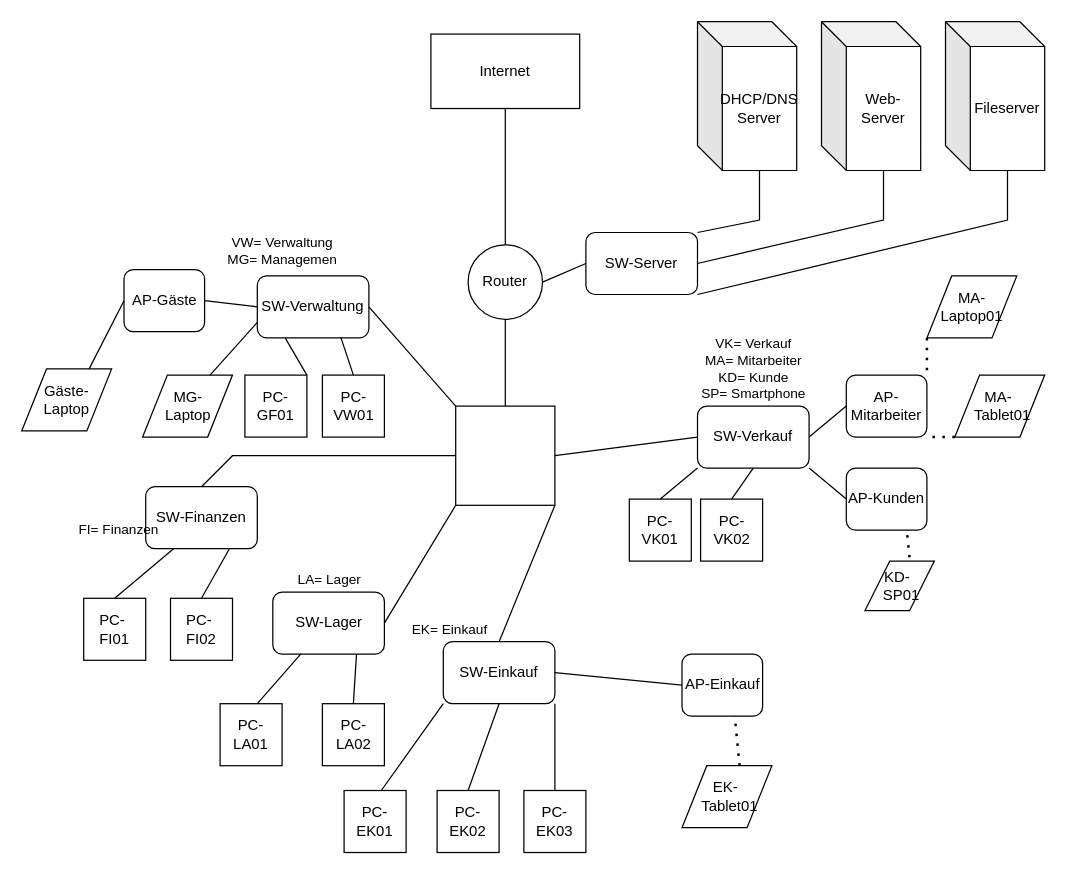
Above: Netzwerk plan.drawio in luca-naujoks/it-1f (draw.io), before the change. Source tidied: cells renumbered, new cells numbered last; positions are measured from the earlier drawing's top-left corner, leaving out a move shared by most shapes. Both pictures are drawn from the tidied source at 124%, with x=0, y=0 at pixel (21, 21).
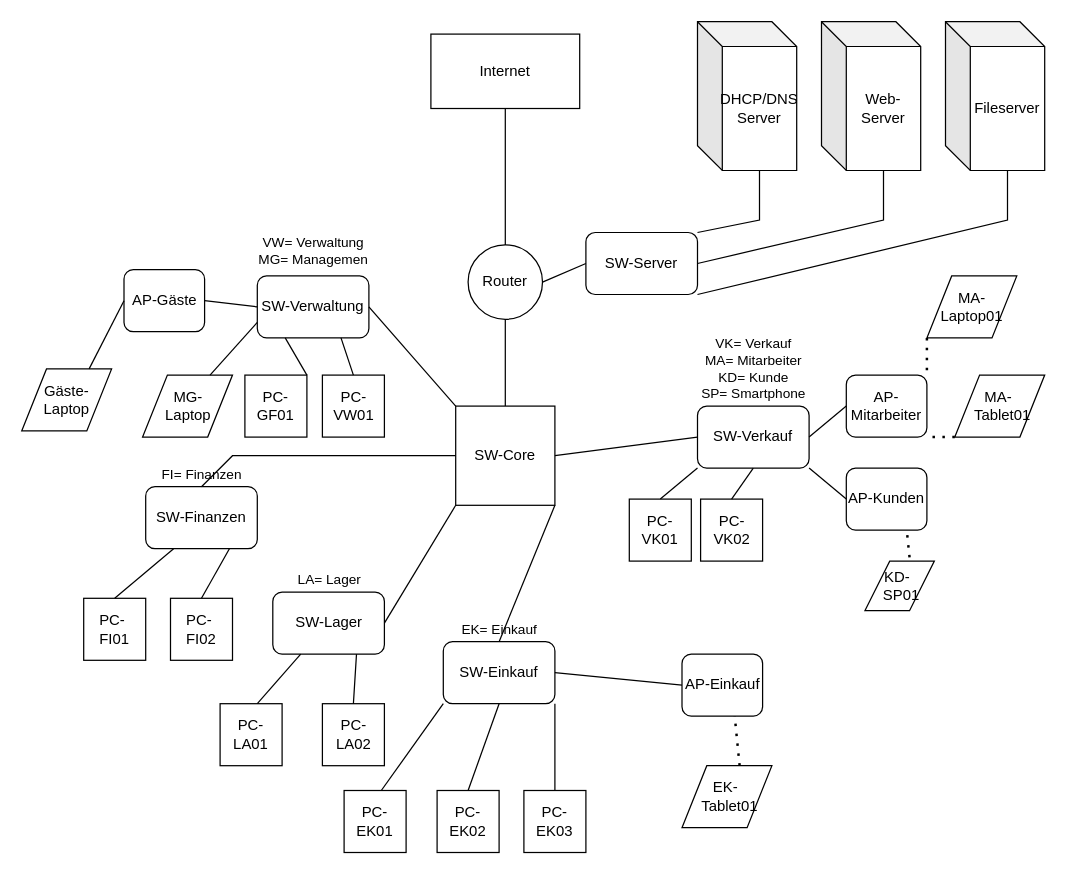
The same page after the edit.

The edit, as a diff of the source:
```diff
@@
-    <mxCell id="12" value="&lt;p&gt;&lt;br&gt;&lt;/p&gt;" style="rounded=0;whiteSpace=wrap;html=1;" parent="1" vertex="1">
+    <mxCell id="12" value="&lt;p&gt;SW-Core&lt;/p&gt;" style="rounded=0;whiteSpace=wrap;html=1;" parent="1" vertex="1">
       <mxGeometry x="350" y="310" width="80" height="80" as="geometry" />
     </mxCell>
@@
     <mxCell id="68" value="EK= Einkauf&lt;br&gt;" style="text;html=1;align=center;verticalAlign=middle;strokeColor=none;fillColor=none;fontSize=11;fontFamily=Helvetica;" parent="1" vertex="1">
-      <mxGeometry x="305" y="480" width="80" height="20" as="geometry" />
+      <mxGeometry x="345" y="480" width="80" height="20" as="geometry" />
     </mxCell>
@@
     <mxCell id="70" value="FI= Finanzen" style="text;html=1;align=center;verticalAlign=middle;strokeColor=none;fillColor=none;fontSize=11;fontFamily=Helvetica;" parent="1" vertex="1">
-      <mxGeometry x="37.5" y="400" width="80" height="20" as="geometry" />
+      <mxGeometry x="105" y="355" width="80" height="20" as="geometry" />
     </mxCell>
     <mxCell id="71" value="VW= Verwaltung&lt;br&gt;MG= Managemen" style="text;html=1;align=center;verticalAlign=middle;strokeColor=none;fillColor=none;fontSize=11;fontFamily=Helvetica;" parent="1" vertex="1">
-      <mxGeometry x="160" y="170" width="100" height="30" as="geometry" />
+      <mxGeometry x="185" y="170" width="100" height="30" as="geometry" />
     </mxCell>
```
